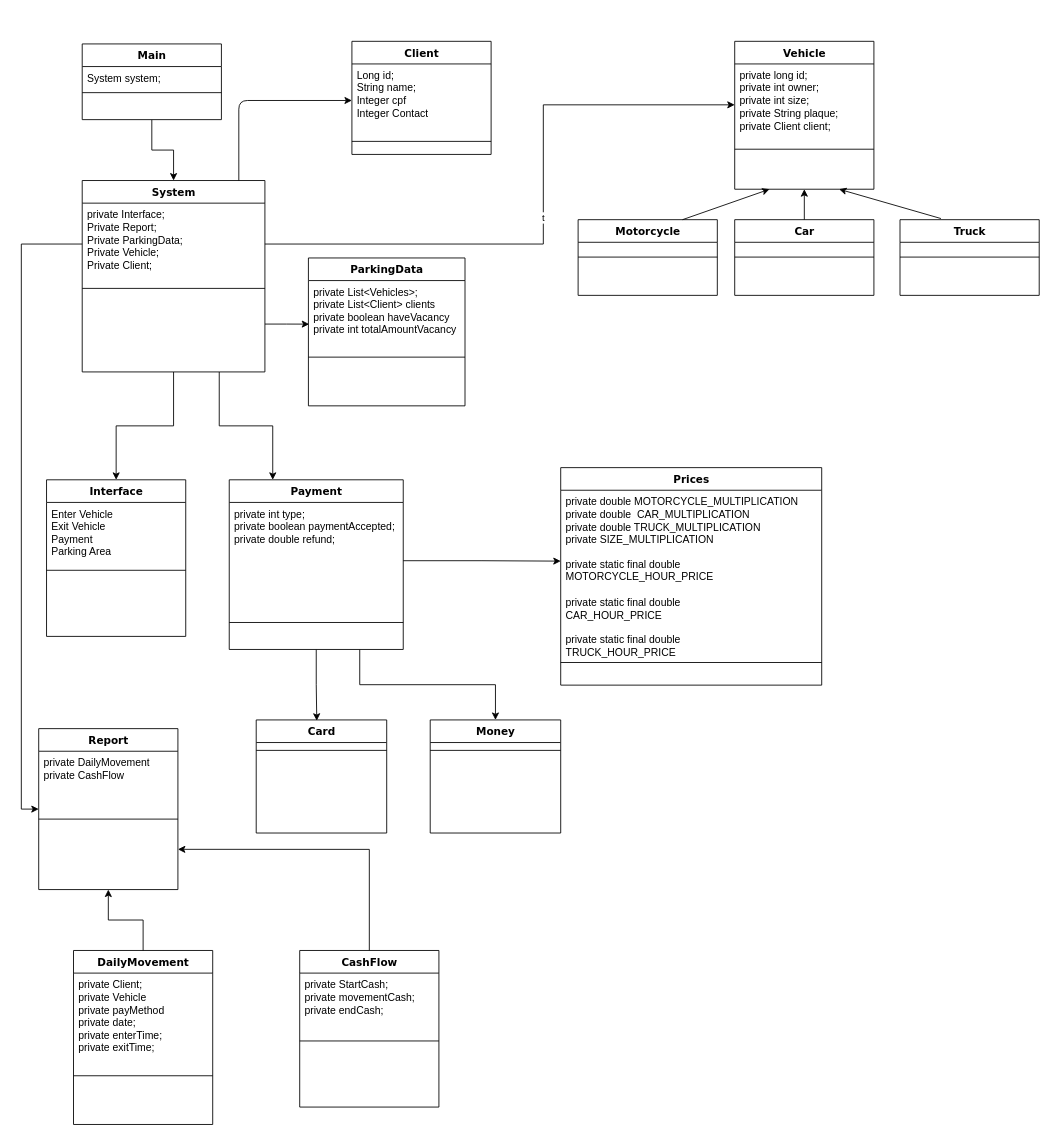
Above: Useful/estacionamento-Classes.drawio in ianfontesn/Estacionamento (draw.io), before the change. Source tidied: cells renumbered, new cells numbered last; positions are measured from the earlier drawing's top-left corner, leaving out a move shared by most shapes. Both pictures are drawn from the tidied source at 87%, with x=0, y=0 at pixel (38, 41).
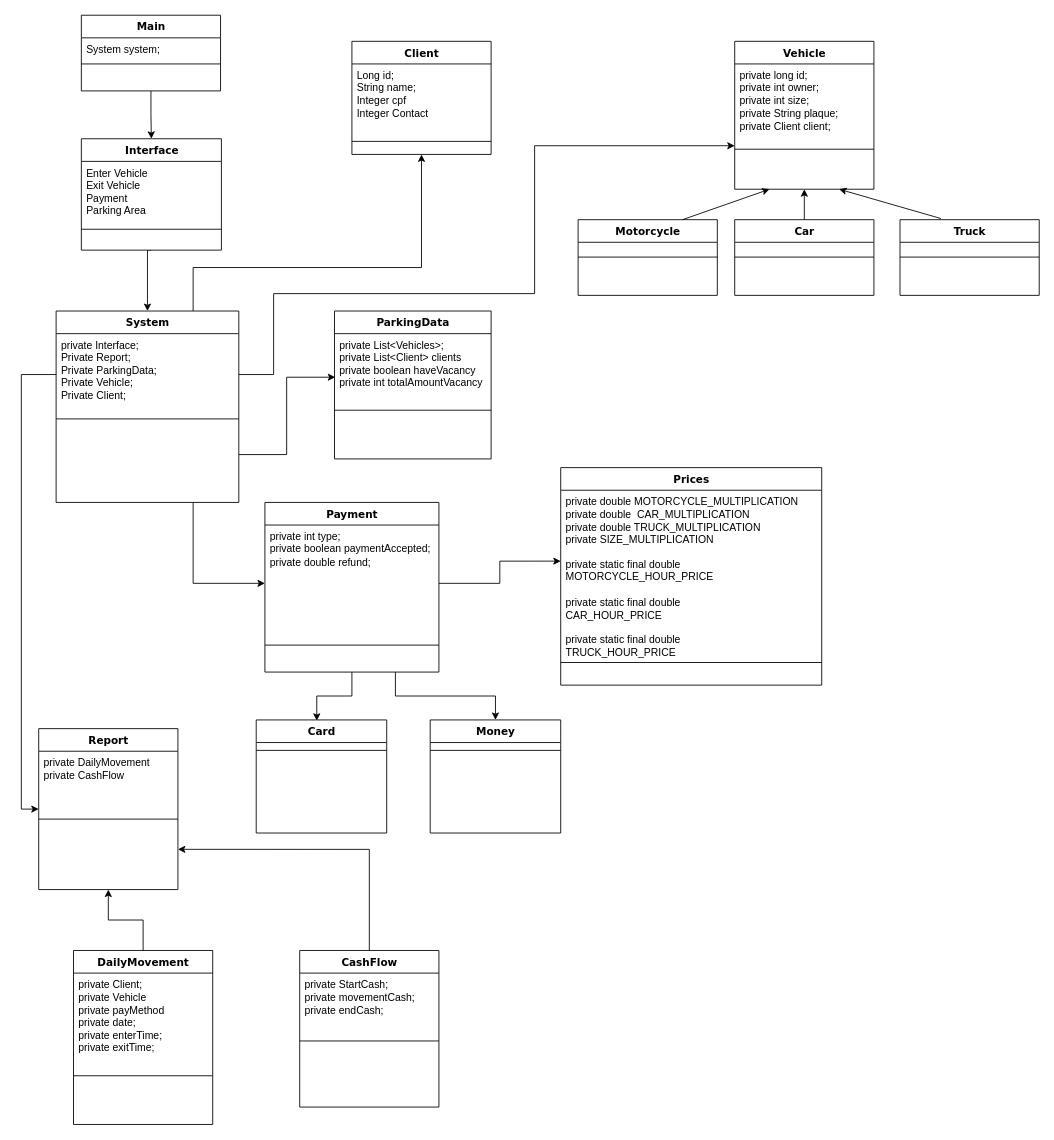
The same diagram, later.

The change refers to these unchanged cells:
```xml
<mxCell id="10" value="private Interface;&lt;br&gt;Private Report;&lt;br&gt;Private ParkingData;&lt;br&gt;Private Vehicle;&lt;br&gt;Private Client;" style="text;html=1;strokeColor=none;fillColor=none;align=left;verticalAlign=top;spacingLeft=4;spacingRight=4;whiteSpace=wrap;overflow=hidden;points=[[0,0.5],[1,0.5]];portConstraint=eastwest;" parent="9" vertex="1">
  <mxGeometry y="26" width="210" height="94" as="geometry" />
</mxCell>
<mxCell id="13" value="private long id;&lt;br&gt;private int owner;&lt;br&gt;private int size;&lt;br&gt;private String plaque;&lt;br&gt;private Client client;" style="text;html=1;strokeColor=none;fillColor=none;align=left;verticalAlign=top;spacingLeft=4;spacingRight=4;whiteSpace=wrap;overflow=hidden;points=[[0,0.5],[1,0.5]];portConstraint=eastwest;" parent="12" vertex="1">
  <mxGeometry y="26" width="160" height="94" as="geometry" />
</mxCell>
<mxCell id="44" value="private int type;&lt;br&gt;private boolean paymentAccepted;&lt;br&gt;private double refund;&lt;br&gt;&lt;br&gt;" style="text;html=1;strokeColor=none;fillColor=none;align=left;verticalAlign=top;spacingLeft=4;spacingRight=4;whiteSpace=wrap;overflow=hidden;points=[[0,0.5],[1,0.5]];portConstraint=eastwest;" parent="43" vertex="1">
  <mxGeometry y="26" width="200" height="134" as="geometry" />
</mxCell>
<mxCell id="46" value="Client" style="swimlane;html=1;fontStyle=1;align=center;verticalAlign=top;horizontal=1;startSize=26;swimlaneFillColor=#ffffff;rounded=0;shadow=0;comic=0;labelBackgroundColor=none;strokeWidth=1;fillColor=none;fontFamily=Verdana;fontSize=12;" parent="1" vertex="1">
  <mxGeometry x="360" width="160" height="130" as="geometry" />
</mxCell>
<mxCell id="47" value="Long id;&lt;br&gt;String name;&lt;br&gt;Integer cpf&lt;br&gt;Integer Contact&lt;br&gt;" style="text;html=1;strokeColor=none;fillColor=none;align=left;verticalAlign=top;spacingLeft=4;spacingRight=4;whiteSpace=wrap;overflow=hidden;points=[[0,0.5],[1,0.5]];portConstraint=eastwest;" parent="46" vertex="1">
  <mxGeometry y="26" width="160" height="84" as="geometry" />
</mxCell>
```

The edit, as a diff of the source:
```diff
@@
-    <mxCell id="2" style="edgeStyle=orthogonalEdgeStyle;rounded=0;jettySize=auto;html=1;entryX=0.5;entryY=0;entryDx=0;entryDy=0;" parent="1" edge="1" source="3" target="9">
-      <mxGeometry relative="1" as="geometry" />
-    </mxCell>
+    <mxCell id="60" style="edgeStyle=orthogonalEdgeStyle;rounded=0;jettySize=auto;html=1;exitX=0.5;exitY=1;exitDx=0;exitDy=0;entryX=0.5;entryY=0;entryDx=0;entryDy=0;" parent="1" edge="1" source="3" target="27">
+      <mxGeometry relative="1" as="geometry" />
+    </mxCell>
     <mxCell id="3" value="Main" style="swimlane;html=1;fontStyle=1;align=center;verticalAlign=top;horizontal=1;startSize=26;swimlaneFillColor=#ffffff;rounded=0;shadow=0;comic=0;labelBackgroundColor=none;strokeWidth=1;fillColor=none;fontFamily=Verdana;fontSize=12;" parent="1" vertex="1">
-      <mxGeometry x="50" y="3" width="160" height="87" as="geometry" />
+      <mxGeometry x="49" y="-30" width="160" height="87" as="geometry" />
     </mxCell>
@@
-    <mxCell id="6" style="edgeStyle=orthogonalEdgeStyle;rounded=0;jettySize=auto;html=1;exitX=0.5;exitY=1;exitDx=0;exitDy=0;" parent="1" edge="1" source="9" target="27">
-      <mxGeometry relative="1" as="geometry" />
-    </mxCell>
-    <mxCell id="7" style="edgeStyle=orthogonalEdgeStyle;rounded=0;jettySize=auto;html=1;exitX=0.75;exitY=1;exitDx=0;exitDy=0;entryX=0.25;entryY=0;entryDx=0;entryDy=0;" parent="1" edge="1" source="9" target="43">
+    <mxCell id="7" style="edgeStyle=orthogonalEdgeStyle;rounded=0;jettySize=auto;html=1;exitX=0.75;exitY=1;exitDx=0;exitDy=0;entryX=0;entryY=0.5;entryDx=0;entryDy=0;" parent="1" edge="1" source="9" target="44">
       <mxGeometry relative="1" as="geometry" />
     </mxCell>
@@
+    <mxCell id="61" style="edgeStyle=orthogonalEdgeStyle;rounded=0;jettySize=auto;html=1;exitX=0.75;exitY=0;exitDx=0;exitDy=0;entryX=0.5;entryY=1;entryDx=0;entryDy=0;" parent="1" edge="1" source="9" target="46">
+      <mxGeometry relative="1" as="geometry">
+        <Array as="points">
+          <mxPoint x="178" y="260" />
+          <mxPoint x="440" y="260" />
+        </Array>
+      </mxGeometry>
+    </mxCell>
     <mxCell id="9" value="System" style="swimlane;html=1;fontStyle=1;align=center;verticalAlign=top;horizontal=1;startSize=26;swimlaneFillColor=#ffffff;rounded=0;shadow=0;comic=0;labelBackgroundColor=none;strokeWidth=1;fillColor=none;fontFamily=Verdana;fontSize=12;" parent="1" vertex="1">
-      <mxGeometry x="50" y="160" width="210" height="220" as="geometry" />
+      <mxGeometry x="20" y="310" width="210" height="220" as="geometry" />
     </mxCell>
@@
+    <mxCell id="62" style="edgeStyle=orthogonalEdgeStyle;rounded=0;jettySize=auto;html=1;exitX=0.5;exitY=1;exitDx=0;exitDy=0;entryX=0.5;entryY=0;entryDx=0;entryDy=0;" parent="1" edge="1" source="27" target="9">
+      <mxGeometry relative="1" as="geometry">
+        <Array as="points">
+          <mxPoint x="125" y="240" />
+        </Array>
+      </mxGeometry>
+    </mxCell>
     <mxCell id="27" value="Interface" style="swimlane;html=1;fontStyle=1;align=center;verticalAlign=top;horizontal=1;startSize=26;swimlaneFillColor=#ffffff;rounded=0;shadow=0;comic=0;labelBackgroundColor=none;strokeWidth=1;fillColor=none;fontFamily=Verdana;fontSize=12;" parent="1" vertex="1">
-      <mxGeometry x="9" y="504" width="160" height="180" as="geometry" />
+      <mxGeometry x="49" y="112" width="161" height="128" as="geometry" />
     </mxCell>
     <mxCell id="28" value="Enter Vehicle&lt;br&gt;Exit Vehicle&lt;br&gt;Payment&lt;br&gt;Parking Area" style="text;html=1;strokeColor=none;fillColor=none;align=left;verticalAlign=top;spacingLeft=4;spacingRight=4;whiteSpace=wrap;overflow=hidden;" parent="27" vertex="1">
-      <mxGeometry y="26" width="160" height="74" as="geometry" />
+      <mxGeometry y="26" width="161" height="74" as="geometry" />
     </mxCell>
     <mxCell id="29" style="line;html=1;strokeWidth=1;fillColor=none;align=left;verticalAlign=middle;spacingTop=-1;spacingLeft=3;spacingRight=3;labelPosition=right;" parent="27" vertex="1">
-      <mxGeometry y="100" width="160" height="8" as="geometry" />
+      <mxGeometry y="100" width="161" height="8" as="geometry" />
     </mxCell>
     <mxCell id="30" value="ParkingData" style="swimlane;html=1;fontStyle=1;align=center;verticalAlign=top;horizontal=1;startSize=26;swimlaneFillColor=#ffffff;rounded=0;shadow=0;comic=0;labelBackgroundColor=none;strokeWidth=1;fillColor=none;fontFamily=Verdana;fontSize=12;" parent="1" vertex="1">
-      <mxGeometry x="310" y="249" width="180" height="170" as="geometry" />
+      <mxGeometry x="340" y="310" width="180" height="170" as="geometry" />
     </mxCell>
@@
     <mxCell id="43" value="Payment" style="swimlane;html=1;fontStyle=1;align=center;verticalAlign=top;horizontal=1;startSize=26;swimlaneFillColor=#ffffff;rounded=0;shadow=0;comic=0;labelBackgroundColor=none;strokeWidth=1;fillColor=none;fontFamily=Verdana;fontSize=12;" parent="1" vertex="1">
-      <mxGeometry x="219" y="504" width="200" height="195" as="geometry" />
+      <mxGeometry x="260" y="530" width="200" height="195" as="geometry" />
     </mxCell>
@@
-    <mxCell id="52" style="endArrow=classic;html=1;entryX=0;entryY=0.5;entryDx=0;entryDy=0;" parent="1" edge="1" target="47">
-      <mxGeometry relative="1" as="geometry">
-        <mxPoint x="230" y="160" as="sourcePoint" />
-        <Array as="points">
-          <mxPoint x="230" y="68" />
-        </Array>
-      </mxGeometry>
-    </mxCell>
@@
-    <mxCell id="55" value="t" style="edgeStyle=orthogonalEdgeStyle;rounded=0;jettySize=auto;html=1;exitX=1;exitY=0.5;exitDx=0;exitDy=0;entryX=0;entryY=0.5;entryDx=0;entryDy=0;" parent="1" edge="1" source="10" target="13">
-      <mxGeometry relative="1" as="geometry">
-        <Array as="points">
-          <mxPoint x="580" y="233" />
-          <mxPoint x="580" y="73" />
-        </Array>
-      </mxGeometry>
-    </mxCell>
@@
+    <mxCell id="55" style="edgeStyle=orthogonalEdgeStyle;rounded=0;jettySize=auto;html=1;exitX=1;exitY=0.5;exitDx=0;exitDy=0;" parent="1" edge="1" source="10" target="13">
+      <mxGeometry relative="1" as="geometry">
+        <Array as="points">
+          <mxPoint x="270" y="383" />
+          <mxPoint x="270" y="290" />
+          <mxPoint x="570" y="290" />
+          <mxPoint x="570" y="120" />
+        </Array>
+      </mxGeometry>
+    </mxCell>
```
